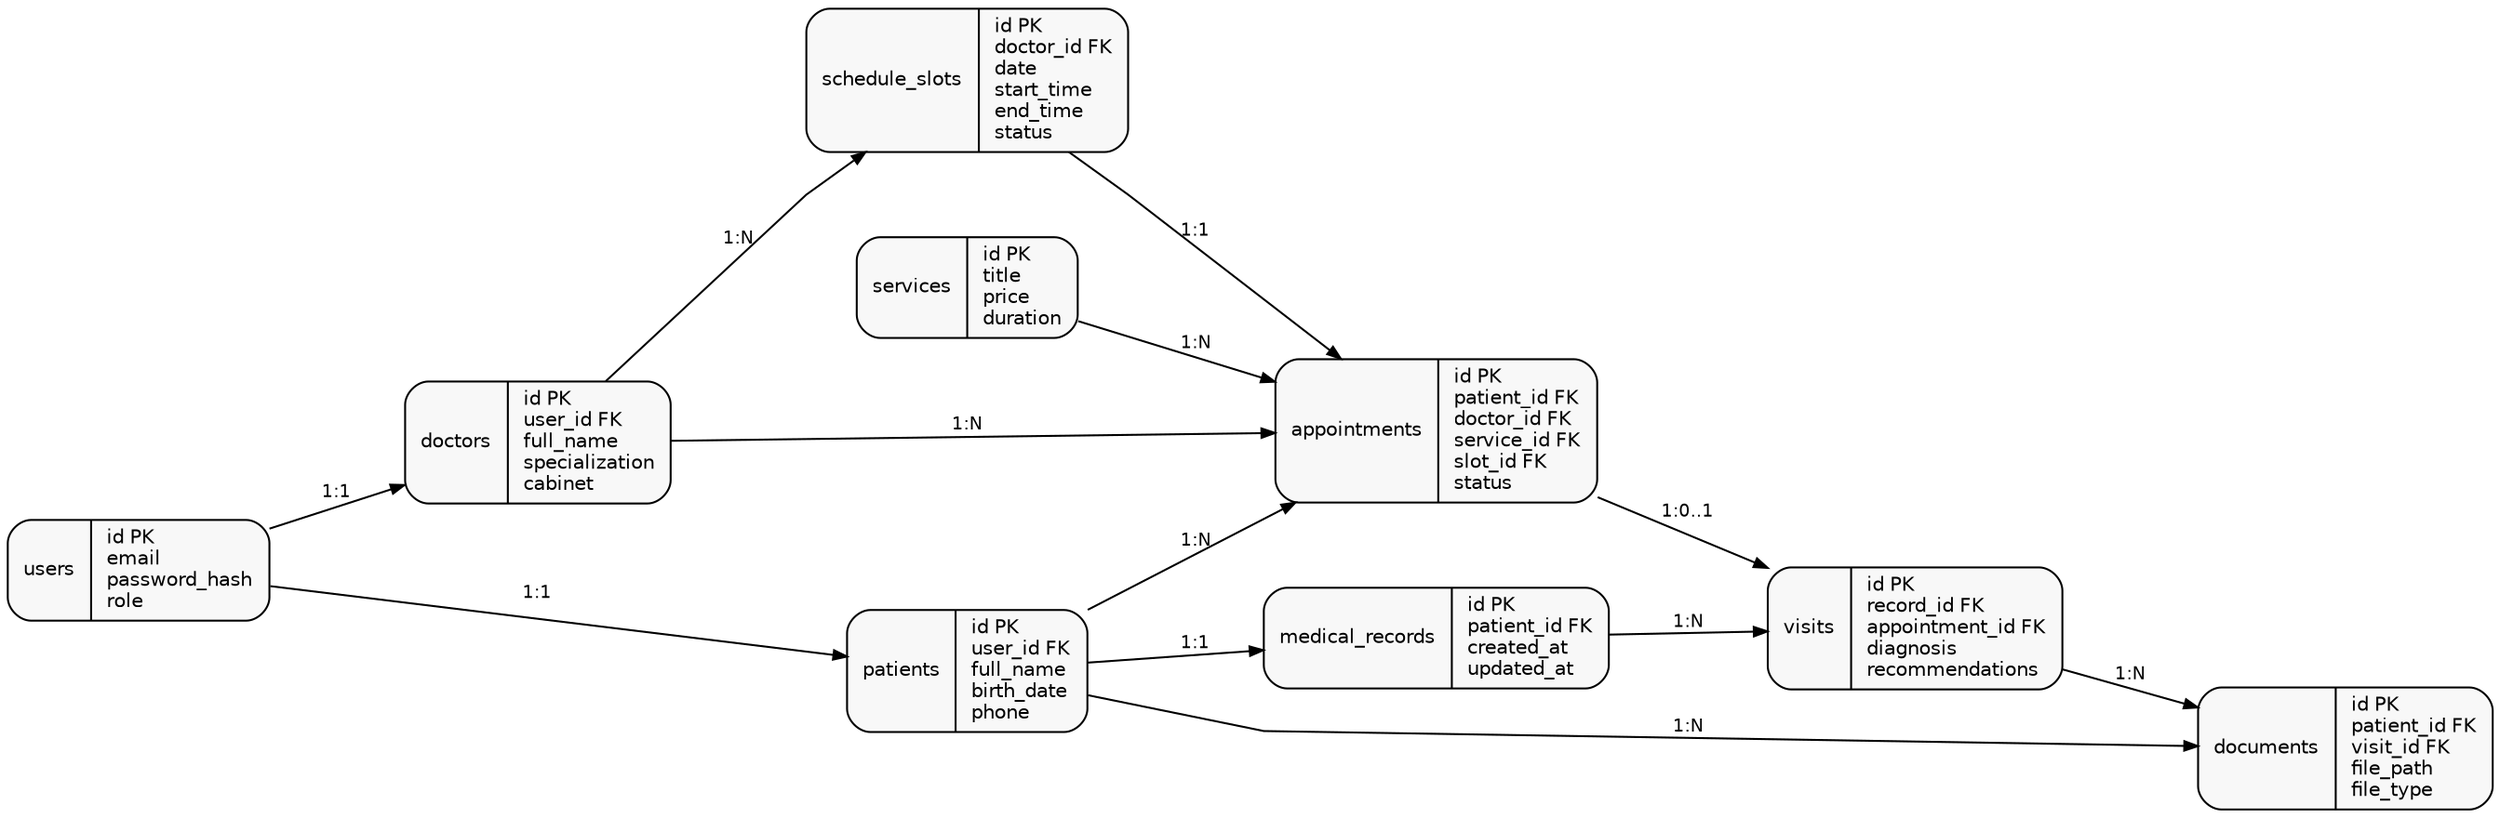
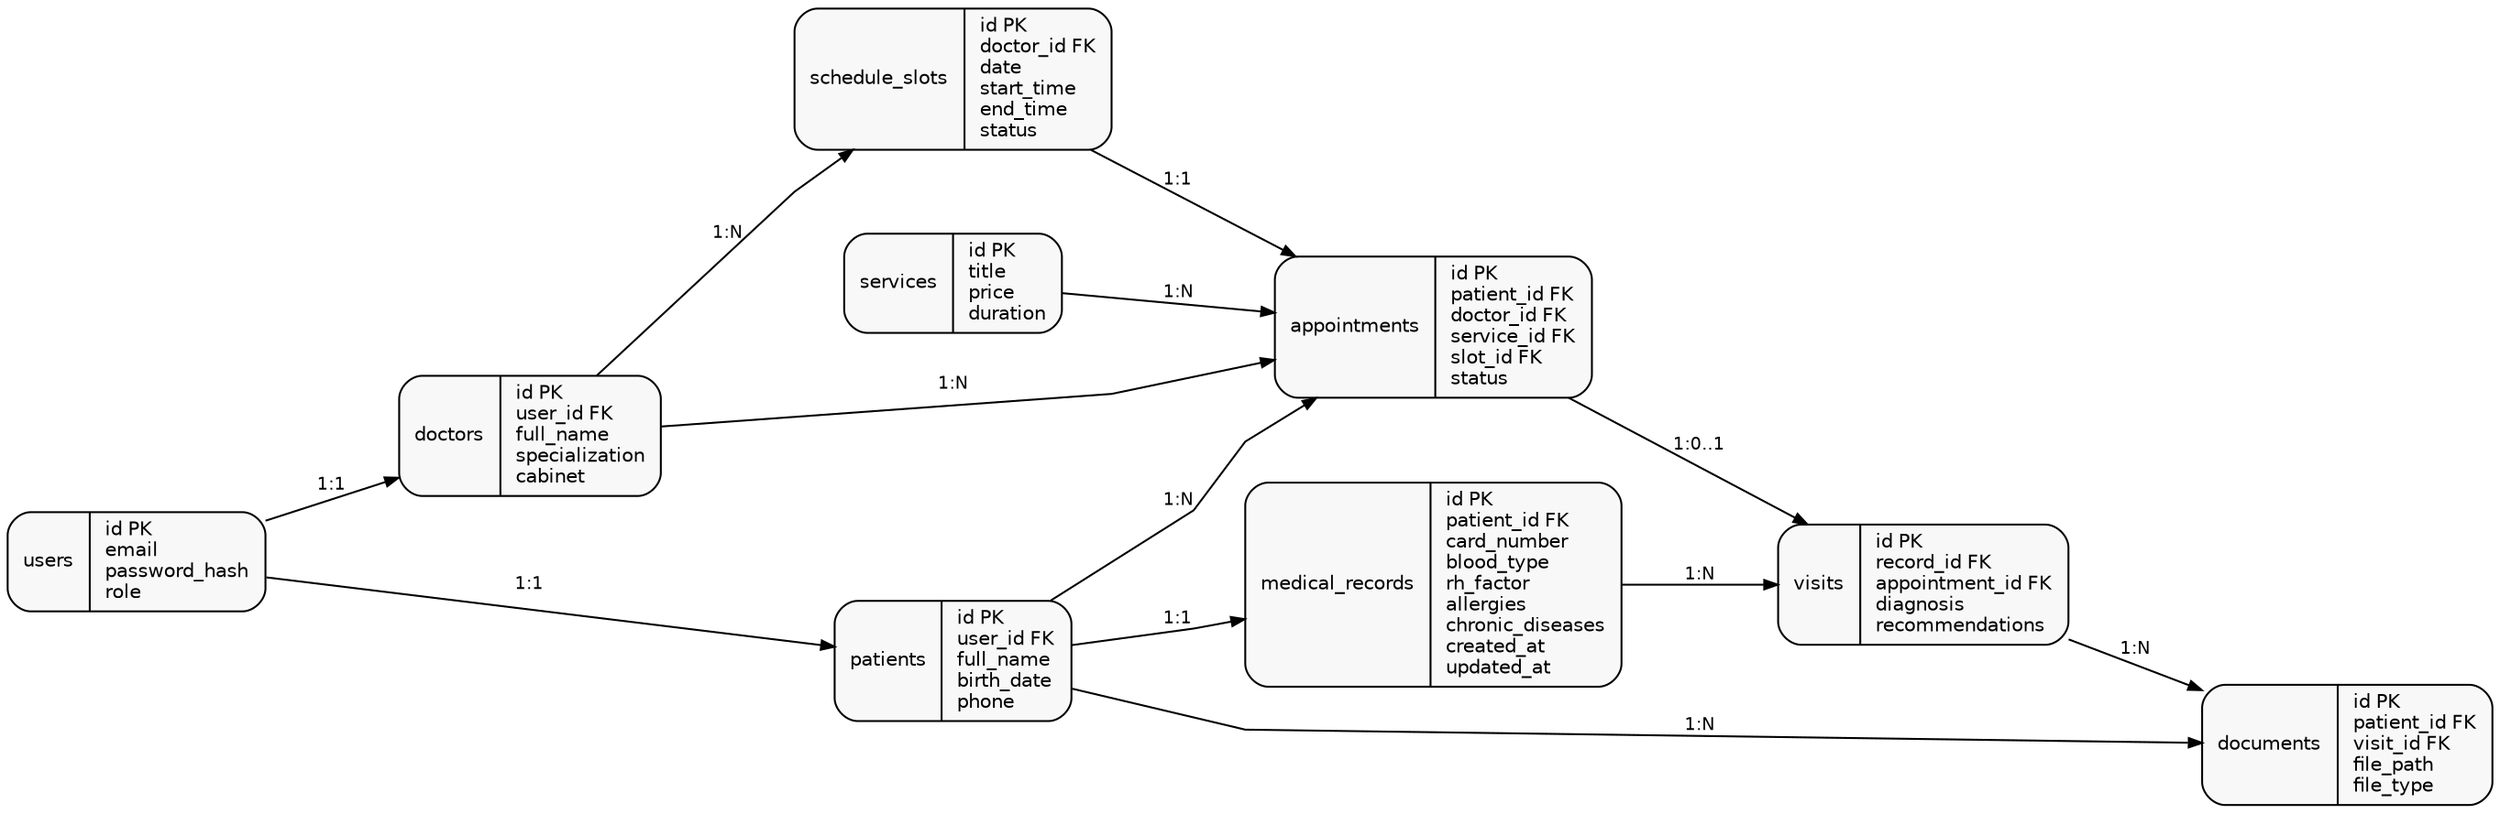
digraph G {
  graph [rankdir=LR, bgcolor="white", splines=polyline, nodesep=0.6, ranksep=0.75, fontname="DejaVu Sans"];
  node [shape=record, fontname="DejaVu Sans", fontsize=10, style="rounded,filled", fillcolor="#f8f8f8"];
  edge [fontname="DejaVu Sans", fontsize=9, arrowsize=0.7];

  users [label="{users|id PK\lemail\lpassword_hash\lrole\l}"];
  patients [label="{patients|id PK\luser_id FK\lfull_name\lbirth_date\lphone\l}"];
  doctors [label="{doctors|id PK\luser_id FK\lfull_name\lspecialization\lcabinet\l}"];
  services [label="{services|id PK\ltitle\lprice\lduration\l}"];
  slots [label="{schedule_slots|id PK\ldoctor_id FK\ldate\lstart_time\lend_time\lstatus\l}"];
  appointments [label="{appointments|id PK\lpatient_id FK\ldoctor_id FK\lservice_id FK\lslot_id FK\lstatus\l}"];
-   records [label="{medical_records|id PK\lpatient_id FK\lcreated_at\lupdated_at\l}"];
+   records [label="{medical_records|id PK\lpatient_id FK\lcard_number\lblood_type\lrh_factor\lallergies\lchronic_diseases\lcreated_at\lupdated_at\l}"];
  visits [label="{visits|id PK\lrecord_id FK\lappointment_id FK\ldiagnosis\lrecommendations\l}"];
  documents [label="{documents|id PK\lpatient_id FK\lvisit_id FK\lfile_path\lfile_type\l}"];

  users -> patients [label="1:1"];
  users -> doctors [label="1:1"];
  doctors -> slots [label="1:N"];
  patients -> appointments [label="1:N"];
  doctors -> appointments [label="1:N"];
  services -> appointments [label="1:N"];
  slots -> appointments [label="1:1"];
  patients -> records [label="1:1"];
  records -> visits [label="1:N"];
  appointments -> visits [label="1:0..1"];
  patients -> documents [label="1:N"];
  visits -> documents [label="1:N"];
}
